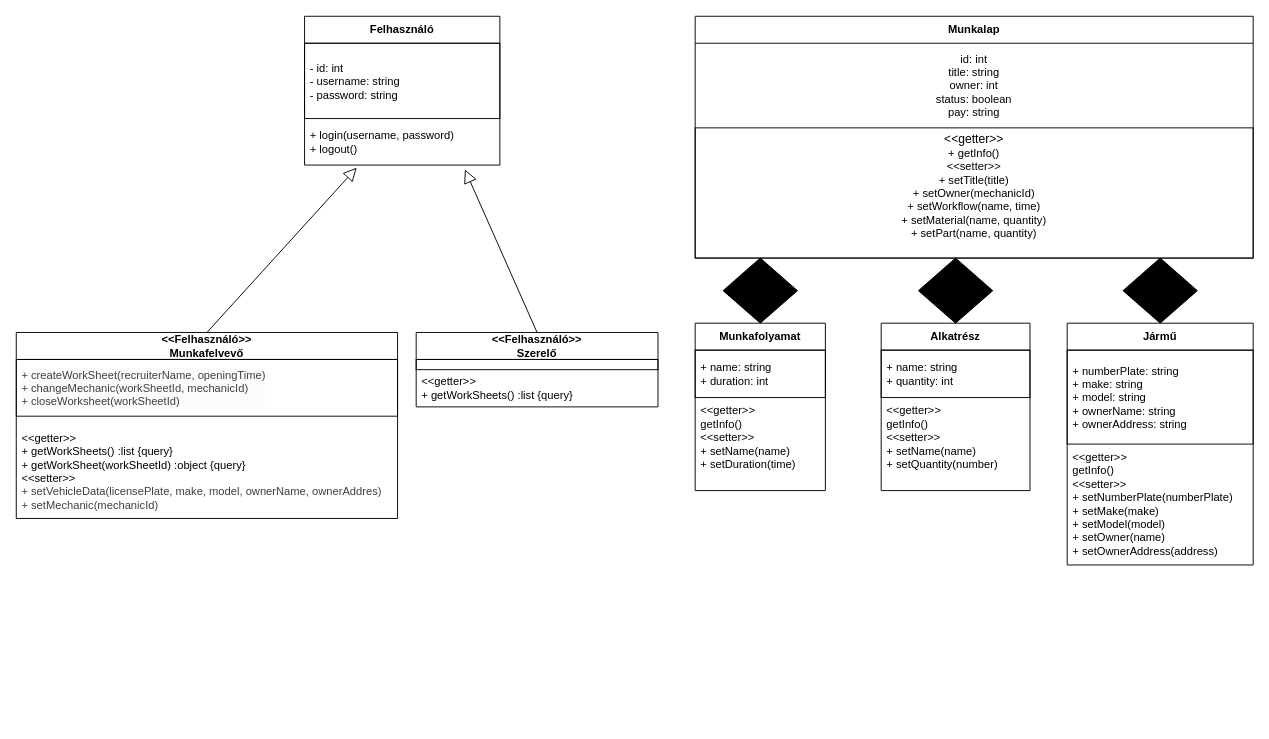
Above: class_diagram.drawio in Uni-Sopron/Szerelomuhely_beadando (draw.io), before the change. Source tidied: cells renumbered, new cells numbered last; positions are measured from the earlier drawing's top-left corner, leaving out a move shared by most shapes. Both pictures are drawn from the tidied source at 93%, with x=0, y=0 at pixel (16, 16).
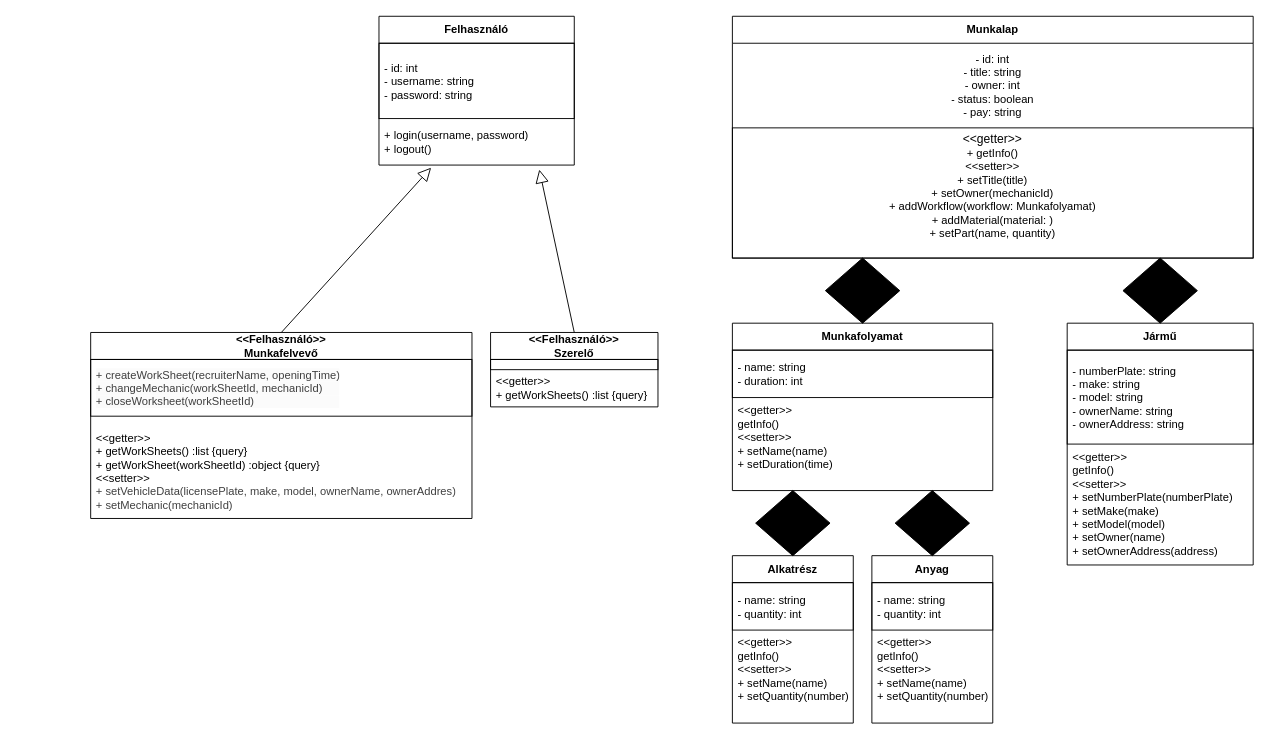
Above is the later version.

Commit message:
Update class diagram

The change refers to these unchanged cells:
```xml
<mxCell id="17" value="Jármű" style="swimlane;fontStyle=1;align=center;verticalAlign=middle;horizontal=1;startSize=29;html=1;whiteSpace=wrap;" parent="1" vertex="1">
  <mxGeometry x="1130" y="330" width="200" height="260" as="geometry" />
</mxCell>
```

What changed in the source:
```diff
@@
     <mxCell id="2" value="Munkalap" style="swimlane;fontStyle=1;align=center;verticalAlign=middle;horizontal=1;startSize=29;html=1;whiteSpace=wrap;" parent="1" vertex="1">
-      <mxGeometry x="730" width="600" height="260" as="geometry" />
+      <mxGeometry x="770" width="560" height="260" as="geometry" />
     </mxCell>
-    <mxCell id="3" value="id: int&lt;div&gt;title: string&lt;/div&gt;&lt;div&gt;owner: int&lt;/div&gt;&lt;div&gt;status: boolean&lt;/div&gt;&lt;div&gt;pay: string&lt;/div&gt;" style="text;html=1;strokeColor=none;fillColor=none;align=center;verticalAlign=middle;spacingLeft=4;spacingRight=4;overflow=hidden;whiteSpace=wrap;" parent="2" vertex="1">
-      <mxGeometry y="29" width="600" height="91" as="geometry" />
+    <mxCell id="3" value="- id: int&lt;div&gt;- title: string&lt;/div&gt;&lt;div&gt;- owner: int&lt;/div&gt;&lt;div&gt;- status: boolean&lt;/div&gt;&lt;div&gt;- pay: string&lt;/div&gt;" style="text;html=1;strokeColor=none;fillColor=none;align=center;verticalAlign=middle;spacingLeft=4;spacingRight=4;overflow=hidden;whiteSpace=wrap;" parent="2" vertex="1">
+      <mxGeometry y="29" width="560" height="91" as="geometry" />
     </mxCell>
-    <mxCell id="4" value="&lt;font style=&quot;font-size: 13px; background-color: light-dark(#ffffff, var(--ge-dark-color, #121212));&quot;&gt;&amp;lt;&amp;lt;getter&amp;gt;&amp;gt;&lt;/font&gt;&lt;div&gt;+ getInfo()&lt;/div&gt;&lt;div&gt;&lt;span style=&quot;background-color: light-dark(#ffffff, var(--ge-dark-color, #121212));&quot;&gt;&amp;lt;&amp;lt;setter&amp;gt;&amp;gt;&lt;/span&gt;&lt;/div&gt;&lt;div&gt;+ setTitle(title)&lt;/div&gt;&lt;div&gt;+ setOwner(mechanicId)&lt;/div&gt;&lt;div&gt;+ setWorkflow(name, time)&lt;/div&gt;&lt;div&gt;+ setMaterial(name, quantity)&lt;/div&gt;&lt;div&gt;+ setPart(name, quantity)&lt;/div&gt;&lt;div&gt;&lt;br&gt;&lt;/div&gt;" style="text;html=1;strokeColor=default;fillColor=none;align=center;verticalAlign=middle;spacingLeft=4;spacingRight=4;overflow=hidden;whiteSpace=wrap;" parent="2" vertex="1">
-      <mxGeometry y="120" width="600" height="140" as="geometry" />
+    <mxCell id="4" value="&lt;font style=&quot;font-size: 13px; background-color: light-dark(#ffffff, var(--ge-dark-color, #121212));&quot;&gt;&amp;lt;&amp;lt;getter&amp;gt;&amp;gt;&lt;/font&gt;&lt;div&gt;+ getInfo()&lt;/div&gt;&lt;div&gt;&lt;span style=&quot;background-color: light-dark(#ffffff, var(--ge-dark-color, #121212));&quot;&gt;&amp;lt;&amp;lt;setter&amp;gt;&amp;gt;&lt;/span&gt;&lt;/div&gt;&lt;div&gt;+ setTitle(title)&lt;/div&gt;&lt;div&gt;+ setOwner(mechanicId)&lt;/div&gt;&lt;div&gt;+ addWorkflow(workflow: Munkafolyamat)&lt;/div&gt;&lt;div&gt;+ addMaterial(material: )&lt;/div&gt;&lt;div&gt;+ setPart(name, quantity)&lt;/div&gt;&lt;div&gt;&lt;br&gt;&lt;/div&gt;" style="text;html=1;strokeColor=default;fillColor=none;align=center;verticalAlign=middle;spacingLeft=4;spacingRight=4;overflow=hidden;whiteSpace=wrap;" parent="2" vertex="1">
+      <mxGeometry y="120" width="560" height="140" as="geometry" />
     </mxCell>
     <mxCell id="5" value="&lt;div&gt;&amp;lt;&amp;lt;Felhasználó&amp;gt;&amp;gt;&lt;/div&gt;Szerelő" style="swimlane;fontStyle=1;align=center;verticalAlign=middle;horizontal=1;startSize=29;html=1;whiteSpace=wrap;" parent="1" vertex="1">
-      <mxGeometry x="430" y="340" width="260" height="80" as="geometry" />
+      <mxGeometry x="510" y="340" width="180" height="80" as="geometry" />
     </mxCell>
     <mxCell id="6" style="text;html=1;strokeColor=default;fillColor=none;align=left;verticalAlign=middle;spacingLeft=4;spacingRight=4;overflow=hidden;whiteSpace=wrap;" parent="5" vertex="1">
-      <mxGeometry y="29" width="260" height="11" as="geometry" />
+      <mxGeometry y="29" width="180" height="11" as="geometry" />
     </mxCell>
     <mxCell id="7" value="&lt;div&gt;&lt;span style=&quot;background-color: transparent;&quot;&gt;&amp;lt;&amp;lt;getter&amp;gt;&amp;gt;&lt;/span&gt;&lt;/div&gt;&lt;div&gt;+ getWorkSheets() :list {query}&lt;/div&gt;" style="text;html=1;strokeColor=none;fillColor=none;align=left;verticalAlign=middle;spacingLeft=4;spacingRight=4;overflow=hidden;whiteSpace=wrap;" parent="5" vertex="1">
-      <mxGeometry y="40" width="260" height="40" as="geometry" />
+      <mxGeometry y="40" width="180" height="40" as="geometry" />
     </mxCell>
     <mxCell id="8" value="&lt;div&gt;&amp;lt;&amp;lt;Felhasználó&amp;gt;&amp;gt;&lt;/div&gt;Munkafelvevő" style="swimlane;fontStyle=1;align=center;verticalAlign=middle;horizontal=1;startSize=29;html=1;whiteSpace=wrap;" parent="1" vertex="1">
-      <mxGeometry y="340" width="410" height="200" as="geometry" />
+      <mxGeometry x="80" y="340" width="410" height="200" as="geometry" />
     </mxCell>
@@
     <mxCell id="11" value="Munkafolyamat" style="swimlane;fontStyle=1;align=center;verticalAlign=middle;horizontal=1;startSize=29;html=1;whiteSpace=wrap;" parent="1" vertex="1">
-      <mxGeometry x="730" y="330" width="140" height="180" as="geometry" />
+      <mxGeometry x="770" y="330" width="280" height="180" as="geometry" />
     </mxCell>
-    <mxCell id="12" value="&lt;div&gt;&lt;span style=&quot;background-color: transparent;&quot;&gt;+ name: string&lt;/span&gt;&lt;/div&gt;&lt;div&gt;+ duration: int&lt;/div&gt;" style="text;html=1;strokeColor=default;fillColor=none;align=left;verticalAlign=middle;spacingLeft=4;spacingRight=4;overflow=hidden;whiteSpace=wrap;" parent="11" vertex="1">
-      <mxGeometry y="29" width="140" height="51" as="geometry" />
+    <mxCell id="12" value="&lt;div&gt;&lt;span style=&quot;background-color: transparent;&quot;&gt;- name: string&lt;/span&gt;&lt;/div&gt;&lt;div&gt;- duration: int&lt;/div&gt;" style="text;html=1;strokeColor=default;fillColor=none;align=left;verticalAlign=middle;spacingLeft=4;spacingRight=4;overflow=hidden;whiteSpace=wrap;" parent="11" vertex="1">
+      <mxGeometry y="29" width="280" height="51" as="geometry" />
     </mxCell>
     <mxCell id="13" value="&amp;lt;&amp;lt;getter&amp;gt;&amp;gt;&lt;div&gt;getInfo()&lt;/div&gt;&lt;div&gt;&amp;lt;&amp;lt;setter&amp;gt;&amp;gt;&lt;/div&gt;&lt;div&gt;+ setName(name)&lt;/div&gt;&lt;div&gt;+ setDuration(time)&lt;/div&gt;&lt;div&gt;&lt;br&gt;&lt;/div&gt;" style="text;html=1;strokeColor=none;fillColor=none;align=left;verticalAlign=middle;spacingLeft=4;spacingRight=4;overflow=hidden;whiteSpace=wrap;" parent="11" vertex="1">
-      <mxGeometry y="80" width="140" height="100" as="geometry" />
+      <mxGeometry y="80" width="280" height="100" as="geometry" />
     </mxCell>
     <mxCell id="14" value="Alkatrész" style="swimlane;fontStyle=1;align=center;verticalAlign=middle;horizontal=1;startSize=29;html=1;whiteSpace=wrap;" parent="1" vertex="1">
-      <mxGeometry x="930" y="330" width="160" height="180" as="geometry" />
+      <mxGeometry x="770" y="580" width="130" height="180" as="geometry" />
     </mxCell>
-    <mxCell id="15" value="&lt;div&gt;&lt;span style=&quot;background-color: transparent;&quot;&gt;+ name: string&lt;/span&gt;&lt;/div&gt;&lt;div&gt;+ quantity: int&amp;nbsp;&lt;/div&gt;" style="text;html=1;strokeColor=default;fillColor=none;align=left;verticalAlign=middle;spacingLeft=4;spacingRight=4;overflow=hidden;whiteSpace=wrap;" parent="14" vertex="1">
-      <mxGeometry y="29" width="160" height="51" as="geometry" />
+    <mxCell id="15" value="&lt;div&gt;&lt;span style=&quot;background-color: transparent;&quot;&gt;- name: string&lt;/span&gt;&lt;/div&gt;&lt;div&gt;- quantity: int&amp;nbsp;&lt;/div&gt;" style="text;html=1;strokeColor=default;fillColor=none;align=left;verticalAlign=middle;spacingLeft=4;spacingRight=4;overflow=hidden;whiteSpace=wrap;" parent="14" vertex="1">
+      <mxGeometry y="29" width="130" height="51" as="geometry" />
     </mxCell>
     <mxCell id="16" value="&amp;lt;&amp;lt;getter&amp;gt;&amp;gt;&lt;div&gt;getInfo()&lt;/div&gt;&lt;div&gt;&amp;lt;&amp;lt;setter&amp;gt;&amp;gt;&lt;/div&gt;&lt;div&gt;+ setName(name)&lt;/div&gt;&lt;div&gt;+ setQuantity(number)&lt;/div&gt;&lt;div&gt;&lt;br&gt;&lt;/div&gt;" style="text;html=1;strokeColor=none;fillColor=none;align=left;verticalAlign=middle;spacingLeft=4;spacingRight=4;overflow=hidden;whiteSpace=wrap;" parent="14" vertex="1">
-      <mxGeometry y="80" width="160" height="100" as="geometry" />
+      <mxGeometry y="80" width="130" height="100" as="geometry" />
     </mxCell>
@@
-    <mxCell id="18" value="&lt;div&gt;&lt;span style=&quot;background-color: transparent;&quot;&gt;+ numberPlate: string&lt;/span&gt;&lt;/div&gt;&lt;div&gt;+ make: string&lt;/div&gt;&lt;div&gt;+ model: string&lt;/div&gt;&lt;div&gt;+ ownerName: string&lt;/div&gt;&lt;div&gt;+ ownerAddress: string&lt;/div&gt;" style="text;html=1;strokeColor=default;fillColor=none;align=left;verticalAlign=middle;spacingLeft=4;spacingRight=4;overflow=hidden;whiteSpace=wrap;" parent="17" vertex="1">
+    <mxCell id="18" value="&lt;div&gt;&lt;span style=&quot;background-color: transparent;&quot;&gt;- numberPlate: string&lt;/span&gt;&lt;/div&gt;&lt;div&gt;- make: string&lt;/div&gt;&lt;div&gt;- model: string&lt;/div&gt;&lt;div&gt;- ownerName: string&lt;/div&gt;&lt;div&gt;- ownerAddress: string&lt;/div&gt;" style="text;html=1;strokeColor=default;fillColor=none;align=left;verticalAlign=middle;spacingLeft=4;spacingRight=4;overflow=hidden;whiteSpace=wrap;" parent="17" vertex="1">
       <mxGeometry y="29" width="200" height="101" as="geometry" />
     </mxCell>
@@
     <mxCell id="21" value="Felhasználó" style="swimlane;fontStyle=1;align=center;verticalAlign=middle;horizontal=1;startSize=29;html=1;whiteSpace=wrap;" parent="1" vertex="1">
-      <mxGeometry x="310" width="210" height="160" as="geometry" />
+      <mxGeometry x="390" width="210" height="160" as="geometry" />
     </mxCell>
@@
     <mxCell id="25" style="rhombus;whiteSpace=wrap;html=1;fillColor=#000000;" parent="1" vertex="1">
-      <mxGeometry x="970" y="260" width="80" height="70" as="geometry" />
+      <mxGeometry x="795" y="510" width="80" height="70" as="geometry" />
     </mxCell>
     <mxCell id="26" style="rhombus;whiteSpace=wrap;html=1;fillStyle=auto;fillColor=#000000;" parent="1" vertex="1">
-      <mxGeometry x="760" y="260" width="80" height="70" as="geometry" />
+      <mxGeometry x="870" y="260" width="80" height="70" as="geometry" />
     </mxCell>
@@
+    <mxCell id="28" value="Anyag" style="swimlane;fontStyle=1;align=center;verticalAlign=middle;horizontal=1;startSize=29;html=1;whiteSpace=wrap;" parent="1" vertex="1">
+      <mxGeometry x="920" y="580" width="130" height="180" as="geometry" />
+    </mxCell>
+    <mxCell id="29" value="&lt;div&gt;&lt;span style=&quot;background-color: transparent;&quot;&gt;- name: string&lt;/span&gt;&lt;/div&gt;&lt;div&gt;- quantity: int&amp;nbsp;&lt;/div&gt;" style="text;html=1;strokeColor=default;fillColor=none;align=left;verticalAlign=middle;spacingLeft=4;spacingRight=4;overflow=hidden;whiteSpace=wrap;" parent="28" vertex="1">
+      <mxGeometry y="29" width="130" height="51" as="geometry" />
+    </mxCell>
+    <mxCell id="30" value="&amp;lt;&amp;lt;getter&amp;gt;&amp;gt;&lt;div&gt;getInfo()&lt;/div&gt;&lt;div&gt;&amp;lt;&amp;lt;setter&amp;gt;&amp;gt;&lt;/div&gt;&lt;div&gt;+ setName(name)&lt;/div&gt;&lt;div&gt;+ setQuantity(number)&lt;/div&gt;&lt;div&gt;&lt;br&gt;&lt;/div&gt;" style="text;html=1;strokeColor=none;fillColor=none;align=left;verticalAlign=middle;spacingLeft=4;spacingRight=4;overflow=hidden;whiteSpace=wrap;" parent="28" vertex="1">
+      <mxGeometry y="80" width="130" height="100" as="geometry" />
+    </mxCell>
+    <mxCell id="31" style="rhombus;whiteSpace=wrap;html=1;fillColor=#000000;" parent="1" vertex="1">
+      <mxGeometry x="945" y="510" width="80" height="70" as="geometry" />
+    </mxCell>
```
